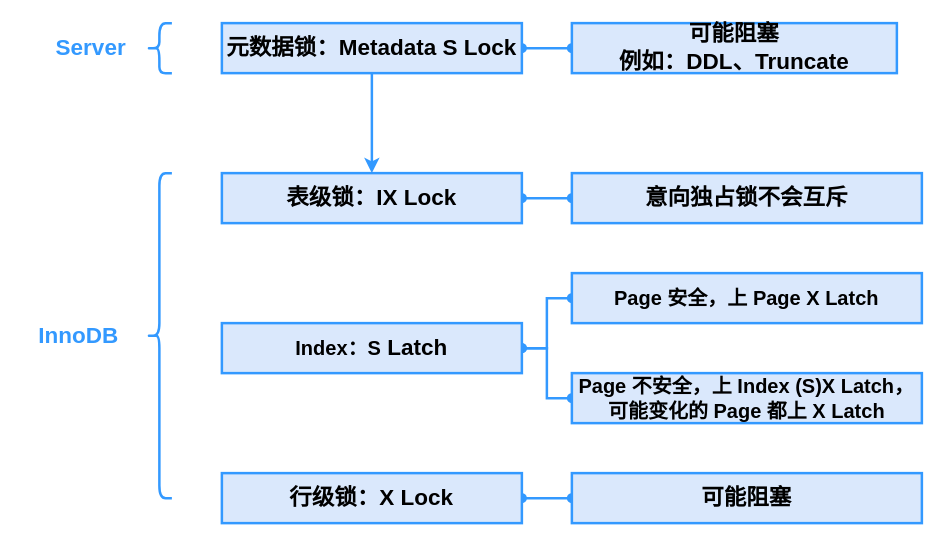
The draw.io diagram page "update lock" (7 of 13) of docs/MySQL.drawio in Khighness/bplustree, before the edit. Source tidied: cells renumbered, new cells numbered last; positions are measured from the earlier drawing's top-left corner, leaving out a move shared by most shapes. Both pictures are drawn from the tidied source at 125%, with x=0, y=0 at pixel (21, 22).
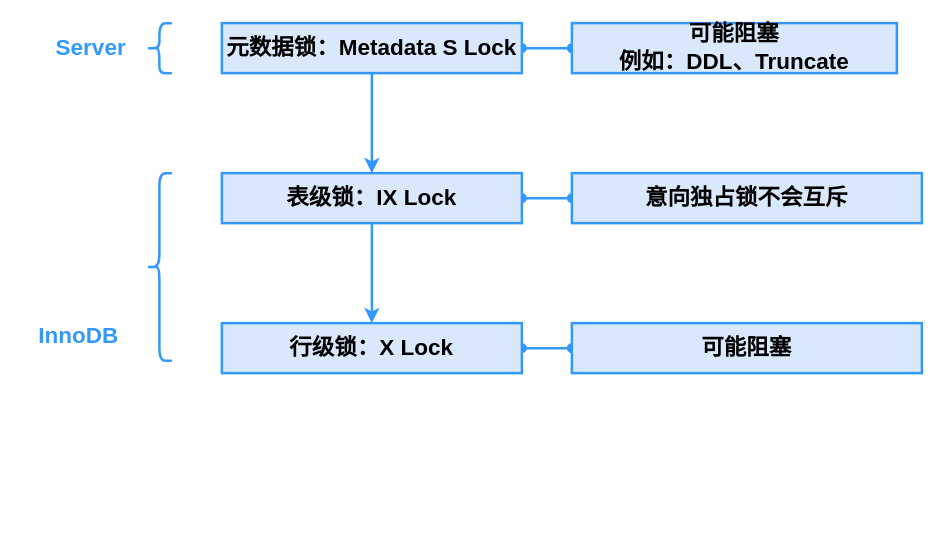
The same diagram, later.

The change refers to these unchanged cells:
```xml
<mxCell id="5" value="&lt;b&gt;&lt;font style=&quot;font-size: 18px&quot;&gt;表级锁：IX Lock&lt;/font&gt;&lt;/b&gt;" style="rounded=0;whiteSpace=wrap;html=1;fontSize=16;fillColor=#dae8fc;strokeColor=#3399FF;strokeWidth=2;" parent="1" vertex="1">
  <mxGeometry x="160" y="120" width="240" height="40" as="geometry" />
</mxCell>
```

Change to the diagram source:
```diff
@@
+    <mxCell id="21" style="edgeStyle=orthogonalEdgeStyle;rounded=0;jettySize=auto;html=1;strokeColor=#3399FF;strokeWidth=2;" parent="1" edge="1" source="5" target="18">
+      <mxGeometry relative="1" as="geometry" />
+    </mxCell>
@@
-    <mxCell id="6" style="edgeStyle=orthogonalEdgeStyle;rounded=0;jettySize=auto;html=1;startArrow=oval;startFill=1;endArrow=oval;endFill=1;strokeColor=#3399FF;strokeWidth=2;" parent="1" edge="1" source="8" target="10">
-      <mxGeometry relative="1" as="geometry" />
-    </mxCell>
-    <mxCell id="7" style="edgeStyle=orthogonalEdgeStyle;rounded=0;jettySize=auto;html=1;strokeWidth=2;strokeColor=#3399FF;entryX=0;entryY=0.5;entryDx=0;entryDy=0;startArrow=oval;startFill=1;endArrow=oval;endFill=1;" parent="1" edge="1" source="8" target="20">
-      <mxGeometry relative="1" as="geometry" />
-    </mxCell>
-    <mxCell id="8" value="&lt;b&gt;Index：S&lt;/b&gt;&lt;b&gt;&lt;font style=&quot;font-size: 18px&quot;&gt;&amp;nbsp;Latch&lt;/font&gt;&lt;/b&gt;" style="rounded=0;whiteSpace=wrap;html=1;fontSize=16;fillColor=#dae8fc;strokeColor=#3399FF;strokeWidth=2;" parent="1" vertex="1">
-      <mxGeometry x="160" y="240" width="240" height="40" as="geometry" />
-    </mxCell>
@@
-    <mxCell id="10" value="&lt;b&gt;Page 安全，上 Page X Latch&lt;/b&gt;" style="rounded=0;whiteSpace=wrap;html=1;fontSize=16;fillColor=#dae8fc;strokeColor=#3399FF;strokeWidth=2;" parent="1" vertex="1">
-      <mxGeometry x="440" y="200" width="280" height="40" as="geometry" />
-    </mxCell>
@@
     <mxCell id="14" style="shape=curlyBracket;whiteSpace=wrap;html=1;rounded=1;strokeColor=#3399FF;strokeWidth=2;" parent="1" vertex="1">
-      <mxGeometry x="100" y="120" width="20" height="260" as="geometry" />
+      <mxGeometry x="100" y="120" width="20" height="150" as="geometry" />
     </mxCell>
@@
     <mxCell id="18" value="&lt;b&gt;&lt;font style=&quot;font-size: 18px&quot;&gt;行级锁：X Lock&lt;/font&gt;&lt;/b&gt;" style="rounded=0;whiteSpace=wrap;html=1;fontSize=16;fillColor=#dae8fc;strokeColor=#3399FF;strokeWidth=2;" parent="1" vertex="1">
-      <mxGeometry x="160" y="360" width="240" height="40" as="geometry" />
+      <mxGeometry x="160" y="240" width="240" height="40" as="geometry" />
     </mxCell>
     <mxCell id="19" value="&lt;b&gt;&lt;font style=&quot;font-size: 18px&quot;&gt;可能阻塞&lt;/font&gt;&lt;/b&gt;" style="rounded=0;whiteSpace=wrap;html=1;fontSize=16;fillColor=#dae8fc;strokeColor=#3399FF;strokeWidth=2;" parent="1" vertex="1">
-      <mxGeometry x="440" y="360" width="280" height="40" as="geometry" />
+      <mxGeometry x="440" y="240" width="280" height="40" as="geometry" />
     </mxCell>
-    <mxCell id="20" value="&lt;b&gt;Page 不安全，上 Index (S)X Latch，&lt;br&gt;可能变化的 Page 都上 X Latch&lt;br&gt;&lt;/b&gt;" style="rounded=0;whiteSpace=wrap;html=1;fontSize=16;fillColor=#dae8fc;strokeColor=#3399FF;strokeWidth=2;" parent="1" vertex="1">
-      <mxGeometry x="440" y="280" width="280" height="40" as="geometry" />
-    </mxCell>
```
